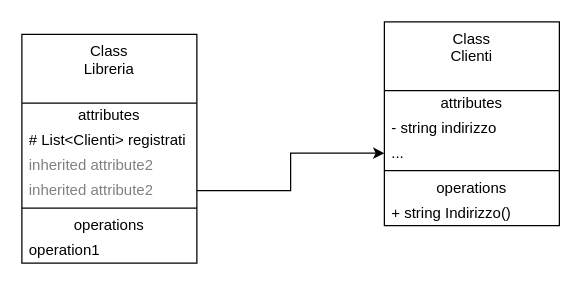
Before: Diagramma senza titolo.drawio in LuciaFornasier/luciafrornasieres8, a draw.io diagram. Source tidied: cells renumbered, new cells numbered last; positions are measured from the earlier drawing's top-left corner, leaving out a move shared by most shapes. Both pictures are drawn from the tidied source at 125%, with x=0, y=0 at pixel (21, 21).
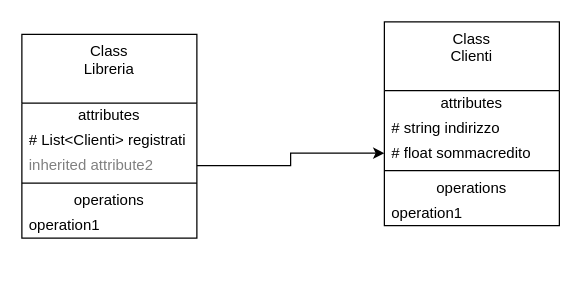
The same page after the edit.

What changed in the source:
```diff
@@
 <mxGraphModel>
   <root>
     <mxCell id="0" />
     <mxCell id="1" parent="0" />
     <mxCell id="2" value="Class&lt;div&gt;Libreria&lt;/div&gt;" style="swimlane;fontStyle=0;align=center;verticalAlign=top;horizontal=1;startSize=55;html=1;whiteSpace=wrap;" parent="1" vertex="1">
-      <mxGeometry y="10" width="140" height="183" as="geometry" />
+      <mxGeometry y="10" width="140" height="163" as="geometry" />
     </mxCell>
     <mxCell id="3" value="attributes" style="text;html=1;strokeColor=none;fillColor=none;align=center;verticalAlign=middle;spacingLeft=4;spacingRight=4;overflow=hidden;whiteSpace=wrap;" parent="2" vertex="1">
       <mxGeometry y="55" width="140" height="20" as="geometry" />
     </mxCell>
     <mxCell id="4" value="# List&amp;lt;Clienti&amp;gt; registrati&lt;div&gt;&lt;br&gt;&lt;/div&gt;" style="text;html=1;strokeColor=none;fillColor=none;align=left;verticalAlign=middle;spacingLeft=4;spacingRight=4;overflow=hidden;whiteSpace=wrap;" parent="2" vertex="1">
       <mxGeometry y="75" width="140" height="20" as="geometry" />
     </mxCell>
-    <mxCell id="5" value="inherited attribute2" style="text;html=1;strokeColor=none;fillColor=none;align=left;verticalAlign=middle;spacingLeft=4;spacingRight=4;overflow=hidden;fontColor=#808080;whiteSpace=wrap;" parent="2" vertex="1">
-      <mxGeometry y="95" width="140" height="20" as="geometry" />
-    </mxCell>
     <mxCell id="6" value="inherited attribute2" style="text;html=1;strokeColor=none;fillColor=none;align=left;verticalAlign=middle;spacingLeft=4;spacingRight=4;overflow=hidden;points=[[0,0.5],[1,0.5]];portConstraint=eastwest;fontColor=#808080;whiteSpace=wrap;" parent="2" vertex="1">
-      <mxGeometry y="115" width="140" height="20" as="geometry" />
+      <mxGeometry y="95" width="140" height="20" as="geometry" />
     </mxCell>
     <mxCell id="7" style="line;strokeWidth=1;fillColor=none;align=left;verticalAlign=middle;spacingTop=-1;spacingLeft=3;spacingRight=3;labelPosition=right;" parent="2" vertex="1">
-      <mxGeometry y="135" width="140" height="8" as="geometry" />
+      <mxGeometry y="115" width="140" height="8" as="geometry" />
     </mxCell>
     <mxCell id="8" value="operations" style="text;html=1;strokeColor=none;fillColor=none;align=center;verticalAlign=middle;spacingLeft=4;spacingRight=4;overflow=hidden;whiteSpace=wrap;" parent="2" vertex="1">
-      <mxGeometry y="143" width="140" height="20" as="geometry" />
+      <mxGeometry y="123" width="140" height="20" as="geometry" />
     </mxCell>
     <mxCell id="9" value="operation1" style="text;html=1;strokeColor=none;fillColor=none;align=left;verticalAlign=middle;spacingLeft=4;spacingRight=4;overflow=hidden;whiteSpace=wrap;" parent="2" vertex="1">
-      <mxGeometry y="163" width="140" height="20" as="geometry" />
+      <mxGeometry y="143" width="140" height="20" as="geometry" />
     </mxCell>
     <mxCell id="10" value="Class&lt;div&gt;Clienti&lt;/div&gt;" style="swimlane;fontStyle=0;align=center;verticalAlign=top;horizontal=1;startSize=55;html=1;whiteSpace=wrap;" parent="1" vertex="1">
       <mxGeometry x="290" width="140" height="163" as="geometry" />
     </mxCell>
     <mxCell id="11" value="attributes" style="text;html=1;strokeColor=none;fillColor=none;align=center;verticalAlign=middle;spacingLeft=4;spacingRight=4;overflow=hidden;whiteSpace=wrap;" parent="10" vertex="1">
       <mxGeometry y="55" width="140" height="20" as="geometry" />
     </mxCell>
-    <mxCell id="12" value="- string indirizzo" style="text;html=1;strokeColor=none;fillColor=none;align=left;verticalAlign=middle;spacingLeft=4;spacingRight=4;overflow=hidden;whiteSpace=wrap;" parent="10" vertex="1">
+    <mxCell id="12" value="# string indirizzo" style="text;html=1;strokeColor=none;fillColor=none;align=left;verticalAlign=middle;spacingLeft=4;spacingRight=4;overflow=hidden;whiteSpace=wrap;" parent="10" vertex="1">
       <mxGeometry y="75" width="140" height="20" as="geometry" />
     </mxCell>
-    <mxCell id="13" value="..." style="text;html=1;strokeColor=none;fillColor=none;align=left;verticalAlign=middle;spacingLeft=4;spacingRight=4;overflow=hidden;points=[[0,0.5],[1,0.5]];portConstraint=eastwest;whiteSpace=wrap;" parent="10" vertex="1">
+    <mxCell id="13" value="# float sommacredito" style="text;html=1;strokeColor=none;fillColor=none;align=left;verticalAlign=middle;spacingLeft=4;spacingRight=4;overflow=hidden;points=[[0,0.5],[1,0.5]];portConstraint=eastwest;whiteSpace=wrap;" parent="10" vertex="1">
       <mxGeometry y="95" width="140" height="20" as="geometry" />
     </mxCell>
     <mxCell id="14" style="line;strokeWidth=1;fillColor=none;align=left;verticalAlign=middle;spacingTop=-1;spacingLeft=3;spacingRight=3;labelPosition=right;" parent="10" vertex="1">
       <mxGeometry y="115" width="140" height="8" as="geometry" />
     </mxCell>
     <mxCell id="15" value="operations" style="text;html=1;strokeColor=none;fillColor=none;align=center;verticalAlign=middle;spacingLeft=4;spacingRight=4;overflow=hidden;whiteSpace=wrap;" parent="10" vertex="1">
       <mxGeometry y="123" width="140" height="20" as="geometry" />
     </mxCell>
-    <mxCell id="16" value="+ string Indirizzo()" style="text;html=1;strokeColor=none;fillColor=none;align=left;verticalAlign=middle;spacingLeft=4;spacingRight=4;overflow=hidden;whiteSpace=wrap;" parent="10" vertex="1">
+    <mxCell id="16" value="operation1" style="text;html=1;strokeColor=none;fillColor=none;align=left;verticalAlign=middle;spacingLeft=4;spacingRight=4;overflow=hidden;whiteSpace=wrap;" parent="10" vertex="1">
       <mxGeometry y="143" width="140" height="20" as="geometry" />
     </mxCell>
     <mxCell id="17" style="edgeStyle=orthogonalEdgeStyle;rounded=0;jettySize=auto;html=1;entryX=0;entryY=0.5;entryDx=0;entryDy=0;" parent="1" edge="1" source="6" target="13">
       <mxGeometry relative="1" as="geometry" />
     </mxCell>
   </root>
 </mxGraphModel>
```
